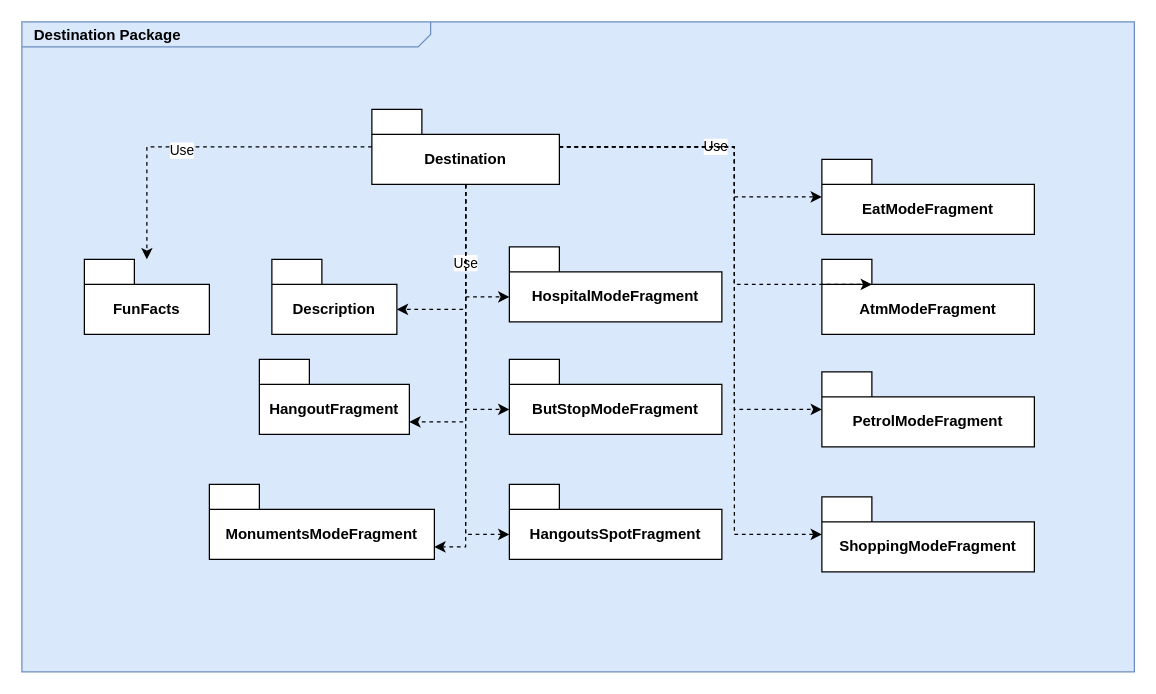
Earlier version of the draw.io diagram MyTravels.drawio (MurielleMardenli200/LOG8430_TP1). Source tidied: cells renumbered, new cells numbered last; positions are measured from the earlier drawing's top-left corner, leaving out a move shared by most shapes. Both pictures are drawn from the tidied source at 125%, with x=0, y=0 at pixel (21, 21).
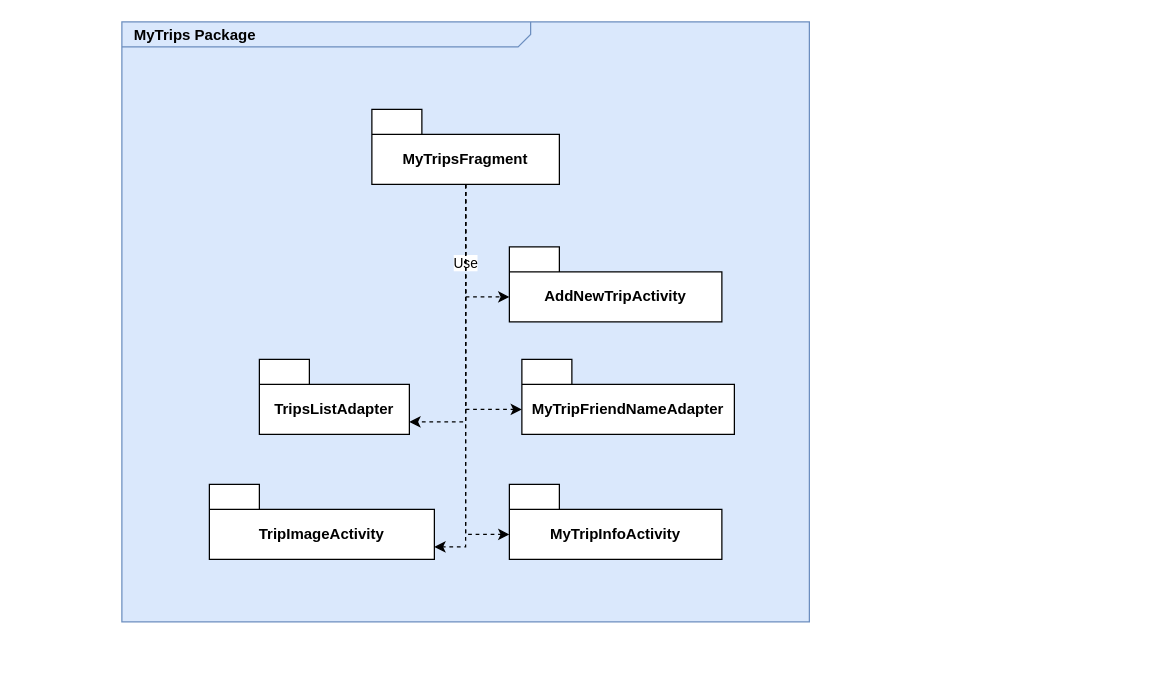
The same diagram, later.

Change to the diagram source:
```diff
@@
-    <mxCell id="2" value="&lt;p style=&quot;margin: 0px ; margin-top: 4px ; margin-left: 10px ; text-align: left&quot;&gt;&lt;b&gt;Destination Package&lt;/b&gt;&lt;/p&gt;" style="html=1;strokeWidth=1;shape=mxgraph.sysml.package;html=1;overflow=fill;whiteSpace=wrap;fillColor=#dae8fc;fontSize=12;align=center;labelX=327.64;strokeColor=#6c8ebf;" parent="1" vertex="1">
-      <mxGeometry width="890" height="520" as="geometry" />
+    <mxCell id="2" value="&lt;p style=&quot;margin: 0px ; margin-top: 4px ; margin-left: 10px ; text-align: left&quot;&gt;&lt;b&gt;MyTrips Package&lt;/b&gt;&lt;/p&gt;" style="html=1;strokeWidth=1;shape=mxgraph.sysml.package;html=1;overflow=fill;whiteSpace=wrap;fillColor=#dae8fc;fontSize=12;align=center;labelX=327.64;strokeColor=#6c8ebf;" parent="1" vertex="1">
+      <mxGeometry x="80" width="550" height="480" as="geometry" />
     </mxCell>
-    <mxCell id="3" style="edgeStyle=orthogonalEdgeStyle;rounded=0;jettySize=auto;html=1;dashed=1;" parent="1" edge="1" source="10" target="11">
-      <mxGeometry relative="1" as="geometry" />
-    </mxCell>
-    <mxCell id="4" value="Use" style="edgeLabel;html=1;align=center;verticalAlign=middle;" parent="3" vertex="1">
-      <mxGeometry x="0.13" y="2" relative="1" as="geometry" />
-    </mxCell>
-    <mxCell id="5" style="edgeStyle=orthogonalEdgeStyle;shape=connector;rounded=0;jettySize=auto;html=1;dashed=1;strokeColor=default;align=center;verticalAlign=middle;fontFamily=Helvetica;fontSize=11;fontColor=default;labelBackgroundColor=default;endArrow=classic;" parent="1" edge="1" source="10" target="12">
-      <mxGeometry relative="1" as="geometry">
-        <Array as="points">
-          <mxPoint x="355" y="230" />
-        </Array>
-      </mxGeometry>
-    </mxCell>
@@
-    <mxCell id="7" value="Use" style="edgeStyle=orthogonalEdgeStyle;shape=connector;rounded=0;jettySize=auto;html=1;dashed=1;strokeColor=default;align=center;verticalAlign=middle;fontFamily=Helvetica;fontSize=11;fontColor=default;labelBackgroundColor=default;endArrow=classic;" parent="1" edge="1" source="10" target="21">
-      <mxGeometry relative="1" as="geometry">
-        <Array as="points">
-          <mxPoint x="570" y="100" />
-          <mxPoint x="570" y="140" />
-        </Array>
-      </mxGeometry>
-    </mxCell>
-    <mxCell id="8" style="edgeStyle=orthogonalEdgeStyle;shape=connector;rounded=0;jettySize=auto;html=1;dashed=1;strokeColor=default;align=center;verticalAlign=middle;fontFamily=Helvetica;fontSize=11;fontColor=default;labelBackgroundColor=default;endArrow=classic;" parent="1" edge="1" source="10" target="17">
-      <mxGeometry relative="1" as="geometry">
-        <Array as="points">
-          <mxPoint x="570" y="100" />
-          <mxPoint x="570" y="410" />
-        </Array>
-      </mxGeometry>
-    </mxCell>
-    <mxCell id="9" style="edgeStyle=orthogonalEdgeStyle;shape=connector;rounded=0;jettySize=auto;html=1;dashed=1;strokeColor=default;align=center;verticalAlign=middle;fontFamily=Helvetica;fontSize=11;fontColor=default;labelBackgroundColor=default;endArrow=classic;" parent="1" edge="1" source="10" target="18">
-      <mxGeometry relative="1" as="geometry">
-        <Array as="points">
-          <mxPoint x="570" y="100" />
-          <mxPoint x="570" y="310" />
-        </Array>
-      </mxGeometry>
-    </mxCell>
-    <mxCell id="10" value="Destination" style="shape=folder;fontStyle=1;tabWidth=40;tabHeight=20;tabPosition=left;html=1;boundedLbl=1;whiteSpace=wrap;" parent="1" vertex="1">
+    <mxCell id="10" value="MyTripsFragment" style="shape=folder;fontStyle=1;tabWidth=40;tabHeight=20;tabPosition=left;html=1;boundedLbl=1;whiteSpace=wrap;" parent="1" vertex="1">
       <mxGeometry x="280" y="70" width="150" height="60" as="geometry" />
     </mxCell>
-    <mxCell id="11" value="FunFacts" style="shape=folder;fontStyle=1;tabWidth=40;tabHeight=20;tabPosition=left;html=1;boundedLbl=1;whiteSpace=wrap;" parent="1" vertex="1">
-      <mxGeometry x="50" y="190" width="100" height="60" as="geometry" />
-    </mxCell>
-    <mxCell id="12" value="Description" style="shape=folder;fontStyle=1;tabWidth=40;tabHeight=20;tabPosition=left;html=1;boundedLbl=1;whiteSpace=wrap;" parent="1" vertex="1">
-      <mxGeometry x="200" y="190" width="100" height="60" as="geometry" />
-    </mxCell>
-    <mxCell id="13" value="HangoutFragment" style="shape=folder;fontStyle=1;tabWidth=40;tabHeight=20;tabPosition=left;html=1;boundedLbl=1;whiteSpace=wrap;" parent="1" vertex="1">
+    <mxCell id="13" value="TripsListAdapter" style="shape=folder;fontStyle=1;tabWidth=40;tabHeight=20;tabPosition=left;html=1;boundedLbl=1;whiteSpace=wrap;" parent="1" vertex="1">
       <mxGeometry x="190" y="270" width="120" height="60" as="geometry" />
     </mxCell>
-    <mxCell id="14" value="MonumentsModeFragment" style="shape=folder;fontStyle=1;tabWidth=40;tabHeight=20;tabPosition=left;html=1;boundedLbl=1;whiteSpace=wrap;" parent="1" vertex="1">
+    <mxCell id="14" value="TripImageActivity" style="shape=folder;fontStyle=1;tabWidth=40;tabHeight=20;tabPosition=left;html=1;boundedLbl=1;whiteSpace=wrap;" parent="1" vertex="1">
       <mxGeometry x="150" y="370" width="180" height="60" as="geometry" />
     </mxCell>
-    <mxCell id="15" value="HangoutsSpotFragment" style="shape=folder;fontStyle=1;tabWidth=40;tabHeight=20;tabPosition=left;html=1;boundedLbl=1;whiteSpace=wrap;" parent="1" vertex="1">
+    <mxCell id="15" value="MyTripInfoActivity" style="shape=folder;fontStyle=1;tabWidth=40;tabHeight=20;tabPosition=left;html=1;boundedLbl=1;whiteSpace=wrap;" parent="1" vertex="1">
       <mxGeometry x="390" y="370" width="170" height="60" as="geometry" />
     </mxCell>
-    <mxCell id="16" value="ButStopModeFragment" style="shape=folder;fontStyle=1;tabWidth=40;tabHeight=20;tabPosition=left;html=1;boundedLbl=1;whiteSpace=wrap;" parent="1" vertex="1">
-      <mxGeometry x="390" y="270" width="170" height="60" as="geometry" />
-    </mxCell>
-    <mxCell id="17" value="ShoppingModeFragment" style="shape=folder;fontStyle=1;tabWidth=40;tabHeight=20;tabPosition=left;html=1;boundedLbl=1;whiteSpace=wrap;" parent="1" vertex="1">
-      <mxGeometry x="640" y="380" width="170" height="60" as="geometry" />
-    </mxCell>
-    <mxCell id="18" value="PetrolModeFragment" style="shape=folder;fontStyle=1;tabWidth=40;tabHeight=20;tabPosition=left;html=1;boundedLbl=1;whiteSpace=wrap;" parent="1" vertex="1">
-      <mxGeometry x="640" y="280" width="170" height="60" as="geometry" />
-    </mxCell>
-    <mxCell id="19" value="AtmModeFragment" style="shape=folder;fontStyle=1;tabWidth=40;tabHeight=20;tabPosition=left;html=1;boundedLbl=1;whiteSpace=wrap;" parent="1" vertex="1">
-      <mxGeometry x="640" y="190" width="170" height="60" as="geometry" />
-    </mxCell>
-    <mxCell id="20" value="HospitalModeFragment" style="shape=folder;fontStyle=1;tabWidth=40;tabHeight=20;tabPosition=left;html=1;boundedLbl=1;whiteSpace=wrap;" parent="1" vertex="1">
+    <mxCell id="20" value="AddNewTripActivity" style="shape=folder;fontStyle=1;tabWidth=40;tabHeight=20;tabPosition=left;html=1;boundedLbl=1;whiteSpace=wrap;" parent="1" vertex="1">
       <mxGeometry x="390" y="180" width="170" height="60" as="geometry" />
     </mxCell>
-    <mxCell id="21" value="EatModeFragment" style="shape=folder;fontStyle=1;tabWidth=40;tabHeight=20;tabPosition=left;html=1;boundedLbl=1;whiteSpace=wrap;" parent="1" vertex="1">
-      <mxGeometry x="640" y="110" width="170" height="60" as="geometry" />
-    </mxCell>
-    <mxCell id="22" style="edgeStyle=orthogonalEdgeStyle;shape=connector;rounded=0;jettySize=auto;html=1;entryX=0;entryY=0;entryDx=40;entryDy=20;entryPerimeter=0;dashed=1;strokeColor=default;align=center;verticalAlign=middle;fontFamily=Helvetica;fontSize=11;fontColor=default;labelBackgroundColor=default;endArrow=classic;" parent="1" edge="1" source="10" target="19">
-      <mxGeometry relative="1" as="geometry">
-        <Array as="points">
-          <mxPoint x="570" y="100" />
-          <mxPoint x="570" y="210" />
-        </Array>
-      </mxGeometry>
-    </mxCell>
-    <mxCell id="23" style="edgeStyle=orthogonalEdgeStyle;shape=connector;rounded=0;jettySize=auto;html=1;entryX=0;entryY=0;entryDx=0;entryDy=40;entryPerimeter=0;dashed=1;strokeColor=default;align=center;verticalAlign=middle;fontFamily=Helvetica;fontSize=11;fontColor=default;labelBackgroundColor=default;endArrow=classic;" parent="1" edge="1" source="10" target="16">
+    <mxCell id="23" style="edgeStyle=orthogonalEdgeStyle;shape=connector;rounded=0;jettySize=auto;html=1;entryX=0;entryY=0;entryDx=0;entryDy=40;entryPerimeter=0;dashed=1;strokeColor=default;align=center;verticalAlign=middle;fontFamily=Helvetica;fontSize=11;fontColor=default;labelBackgroundColor=default;endArrow=classic;" parent="1" edge="1" source="10" target="27">
       <mxGeometry relative="1" as="geometry" />
     </mxCell>
@@
+    <mxCell id="27" value="MyTripFriendNameAdapter" style="shape=folder;fontStyle=1;tabWidth=40;tabHeight=20;tabPosition=left;html=1;boundedLbl=1;whiteSpace=wrap;" parent="1" vertex="1">
+      <mxGeometry x="400" y="270" width="170" height="60" as="geometry" />
+    </mxCell>
```
